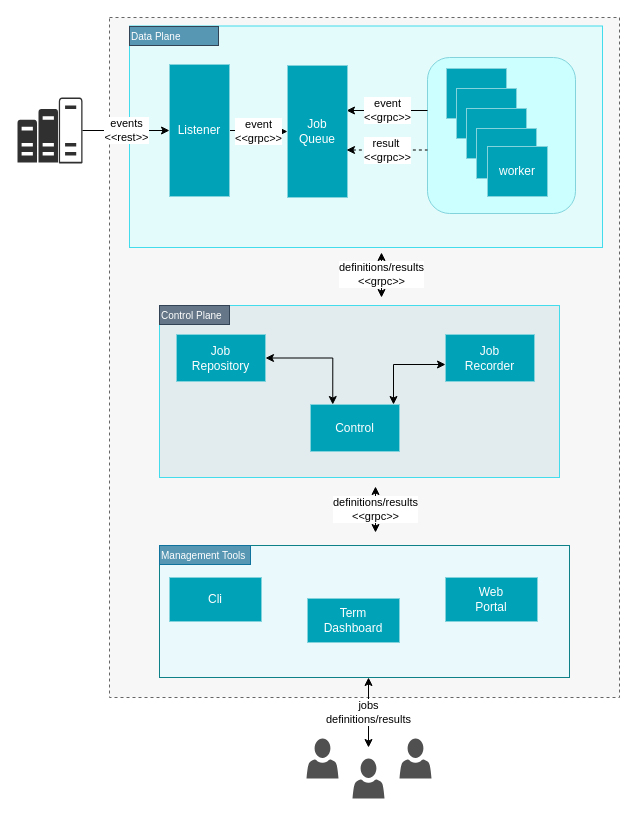
andrescosta/jobico-fn keeps this draw.io diagram as page "Architecture" (1 of 4) of docs/Jobico.drawio. Above is the earlier version. Source tidied: cells renumbered, new cells numbered last; positions are measured from the earlier drawing's top-left corner, leaving out a move shared by most shapes. Both pictures are drawn from the tidied source at 100%, with x=0, y=0 at pixel (17, 17).
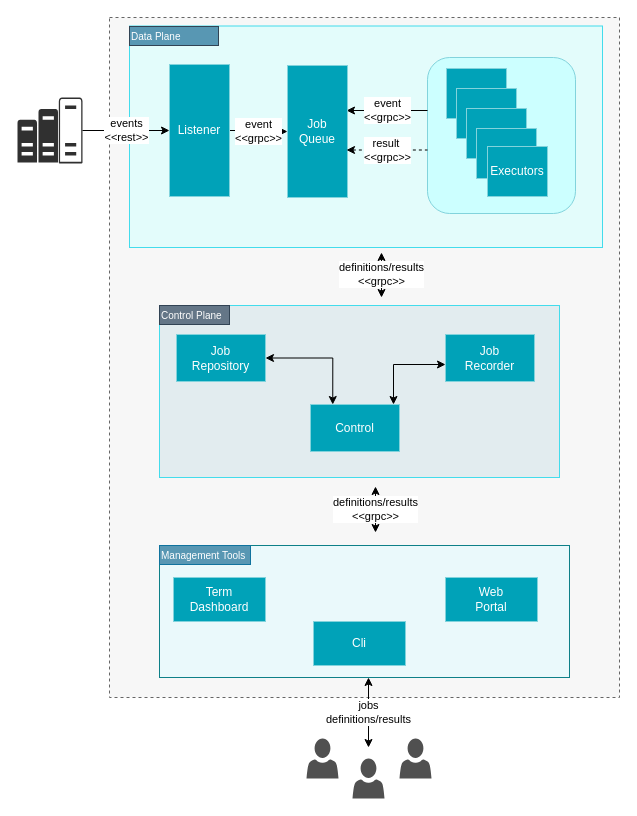
After the change.

The edit, as a diff of the source:
```diff
@@
-    <mxCell id="15" value="worker" style="rounded=0;whiteSpace=wrap;html=1;fillColor=#00A2B8;strokeColor=#82D3DC;fontColor=#ffffff;" parent="1" vertex="1">
+    <mxCell id="15" value="Executors" style="rounded=0;whiteSpace=wrap;html=1;fillColor=#00A2B8;strokeColor=#82D3DC;fontColor=#ffffff;" parent="1" vertex="1">
       <mxGeometry x="470" y="129" width="60" height="50" as="geometry" />
     </mxCell>
@@
     <mxCell id="21" value="Cli" style="rounded=0;whiteSpace=wrap;html=1;fillColor=#00A2B8;strokeColor=#82D3DC;fontColor=#ffffff;" parent="1" vertex="1">
-      <mxGeometry x="152" y="560" width="92" height="44" as="geometry" />
+      <mxGeometry x="296" y="604" width="92" height="44" as="geometry" />
     </mxCell>
     <mxCell id="22" value="Term&lt;br&gt;Dashboard" style="rounded=0;whiteSpace=wrap;html=1;fillColor=#00A2B8;strokeColor=#82D3DC;fontColor=#ffffff;" parent="1" vertex="1">
-      <mxGeometry x="290" y="581" width="92" height="44" as="geometry" />
+      <mxGeometry x="156" y="560" width="92" height="44" as="geometry" />
     </mxCell>
```
